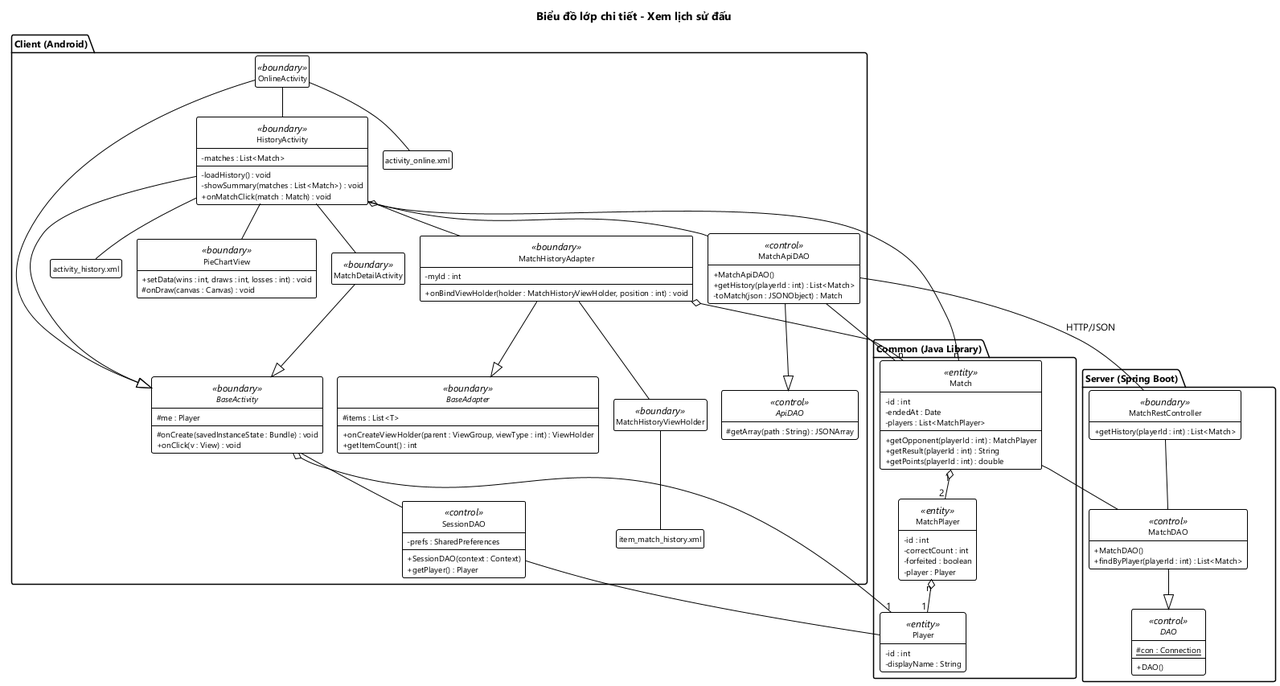
Earlier version of the PlantUML export docs/hung/lop-thiet-ke-xem-lich-su.png (HungNguyenBa1811/math-dash).
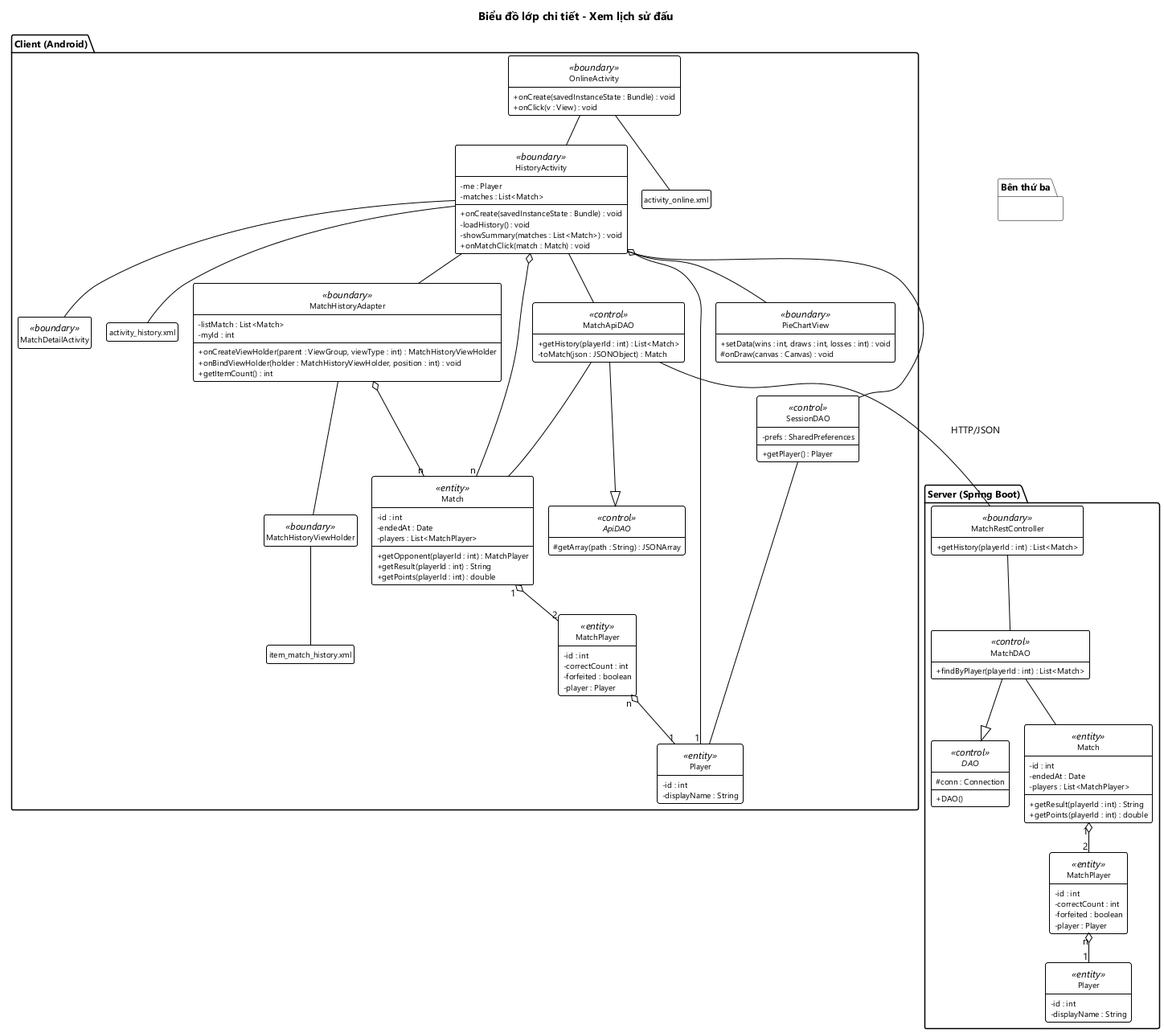
The same diagram one commit later.

Change to the diagram source:
```diff
@@ -3,20 +3,14 @@
 title Biểu đồ lớp chi tiết - Xem lịch sử đấu
 
 package "Client (Android)" as PC {
-  abstract class BaseActivity <<boundary>> {
-    # me : Player
-    # onCreate(savedInstanceState : Bundle) : void
+  class OnlineActivity <<boundary>> {
+    + onCreate(savedInstanceState : Bundle) : void
     + onClick(v : View) : void
   }
-  abstract class BaseAdapter <<boundary>> {
-    # items : List<T>
-    + onCreateViewHolder(parent : ViewGroup, viewType : int) : ViewHolder
-    + getItemCount() : int
-  }
-  class OnlineActivity <<boundary>> {
-  }
   class HistoryActivity <<boundary>> {
+    - me : Player
     - matches : List<Match>
+    + onCreate(savedInstanceState : Bundle) : void
     - loadHistory() : void
     - showSummary(matches : List<Match>) : void
     + onMatchClick(match : Match) : void
@@ -26,8 +20,11 @@
     # onDraw(canvas : Canvas) : void
   }
   class MatchHistoryAdapter <<boundary>> {
+    - listMatch : List<Match>
     - myId : int
+    + onCreateViewHolder(parent : ViewGroup, viewType : int) : MatchHistoryViewHolder
     + onBindViewHolder(holder : MatchHistoryViewHolder, position : int) : void
+    + getItemCount() : int
   }
   class MatchHistoryViewHolder <<boundary>>
   class MatchDetailActivity <<boundary>> {
@@ -37,20 +34,15 @@
   class "item_match_history.xml" as xmlItemMatch
   class SessionDAO <<control>> {
     - prefs : SharedPreferences
-    + SessionDAO(context : Context)
     + getPlayer() : Player
   }
   abstract class ApiDAO <<control>> {
     # getArray(path : String) : JSONArray
   }
   class MatchApiDAO <<control>> {
-    + MatchApiDAO()
     + getHistory(playerId : int) : List<Match>
     - toMatch(json : JSONObject) : Match
   }
-}
-
-package "Common (Java Library)" as PM {
   class Player <<entity>> {
     - id : int
     - displayName : String
@@ -71,47 +63,66 @@
   }
 }
 
+package "Bên thứ ba" as PT {
+}
+
 package "Server (Spring Boot)" as PS {
   class MatchRestController <<boundary>> {
     + getHistory(playerId : int) : List<Match>
   }
+  class MatchDAO <<control>> {
+    + findByPlayer(playerId : int) : List<Match>
+  }
   abstract class "DAO" as SDAO <<control>> {
-    # {static} con : Connection
+    # conn : Connection
     + DAO()
   }
-  class MatchDAO <<control>> {
-    + MatchDAO()
-    + findByPlayer(playerId : int) : List<Match>
+  class "Player" as SPlayer <<entity>> {
+    - id : int
+    - displayName : String
+  }
+  class "Match" as SMatch <<entity>> {
+    - id : int
+    - endedAt : Date
+    - players : List<MatchPlayer>
+    + getResult(playerId : int) : String
+    + getPoints(playerId : int) : double
+  }
+  class "MatchPlayer" as SMatchPlayer <<entity>> {
+    - id : int
+    - correctCount : int
+    - forfeited : boolean
+    - player : Player
   }
 }
 
-OnlineActivity --|> BaseActivity
-HistoryActivity --|> BaseActivity
-MatchDetailActivity --|> BaseActivity
-MatchHistoryAdapter --|> BaseAdapter
-BaseActivity o-- "1" Player
-BaseActivity -- SessionDAO
+OnlineActivity -- xmlOnline
 OnlineActivity -- HistoryActivity
-HistoryActivity -- MatchDetailActivity
+HistoryActivity -- xmlHistory
 HistoryActivity -- PieChartView
 HistoryActivity -- MatchHistoryAdapter
+HistoryActivity -- MatchDetailActivity
+HistoryActivity -- SessionDAO
+HistoryActivity -- MatchApiDAO
+HistoryActivity o-- "1" Player
+HistoryActivity o-- "n" Match
 MatchHistoryAdapter -- MatchHistoryViewHolder
-OnlineActivity -- xmlOnline
-HistoryActivity -- xmlHistory
 MatchHistoryViewHolder -- xmlItemMatch
-HistoryActivity o-- "n" Match
 MatchHistoryAdapter o-- "n" Match
-HistoryActivity -- MatchApiDAO
 MatchApiDAO --|> ApiDAO
 SessionDAO -- Player
 MatchApiDAO -- Match
 Match "1" o-- "2" MatchPlayer
 MatchPlayer "n" o-- "1" Player
+
 MatchRestController -- MatchDAO
 MatchDAO --|> SDAO
-MatchDAO -- Match
+MatchDAO -- SMatch
+SMatch "1" o-- "2" SMatchPlayer
+SMatchPlayer "n" o-- "1" SPlayer
+
 MatchApiDAO -- MatchRestController : HTTP/JSON
 
-PC -[hidden]down- PM
-PM -[hidden]down- PS
+PC -[hidden]down- PT
+PT -[hidden]down- PS
 @enduml
```
